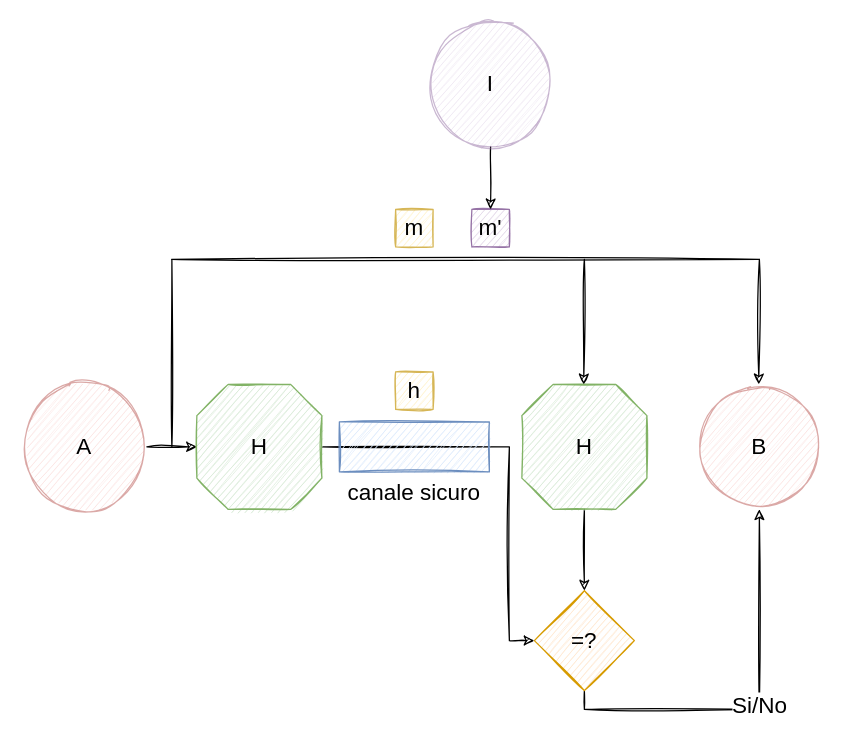
This is img/source/img4.drawio from TryKatChup/sicurezza-informazione-M, a draw.io file, before an edit. Source tidied: cells renumbered, new cells numbered last; positions are measured from the earlier drawing's top-left corner, leaving out a move shared by most shapes. Both pictures are drawn from the tidied source at 125%, with x=0, y=0 at pixel (21, 21).
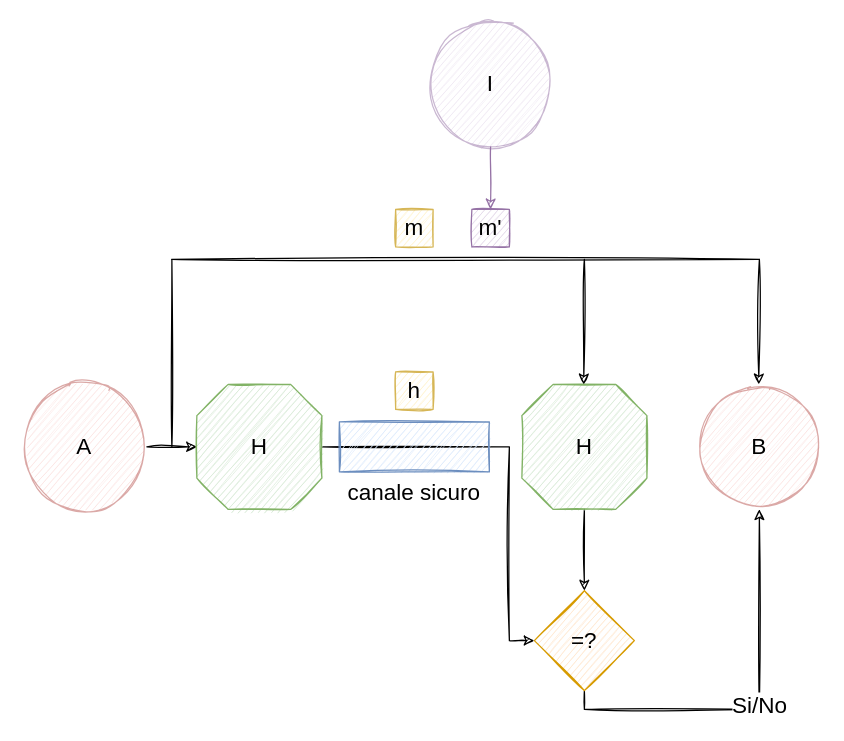
The same page after the edit.

Unchanged cells that the change refers to:
```xml
<mxCell id="18" value="m'" style="whiteSpace=wrap;html=1;sketch=1;fontFamily=Maven Pro;fontSize=18;fillColor=#e1d5e7;strokeColor=#9673a6;" parent="1" vertex="1">
  <mxGeometry x="360" y="150" width="30" height="30" as="geometry" />
</mxCell>
<mxCell id="20" value="I" style="ellipse;whiteSpace=wrap;html=1;labelBackgroundColor=none;labelBorderColor=none;sketch=1;fontFamily=Maven Pro;fontSize=18;fillColor=#e1d5e7;strokeColor=#9673a6;spacingBottom=0;opacity=50;verticalAlign=middle;fontStyle=0;" parent="1" vertex="1">
  <mxGeometry x="325" width="100" height="100" as="geometry" />
</mxCell>
```

Diff of the diagram source:
```diff
@@
-    <mxCell id="19" style="edgeStyle=orthogonalEdgeStyle;rounded=0;sketch=1;jettySize=auto;html=1;fontFamily=Maven Pro;fontSize=18;" parent="1" edge="1" source="20" target="18">
+    <mxCell id="19" style="edgeStyle=orthogonalEdgeStyle;rounded=0;sketch=1;jettySize=auto;html=1;fontFamily=Maven Pro;fontSize=18;fillColor=#e1d5e7;strokeColor=#9673a6;" parent="1" edge="1" source="20" target="18">
       <mxGeometry relative="1" as="geometry" />
     </mxCell>
```
